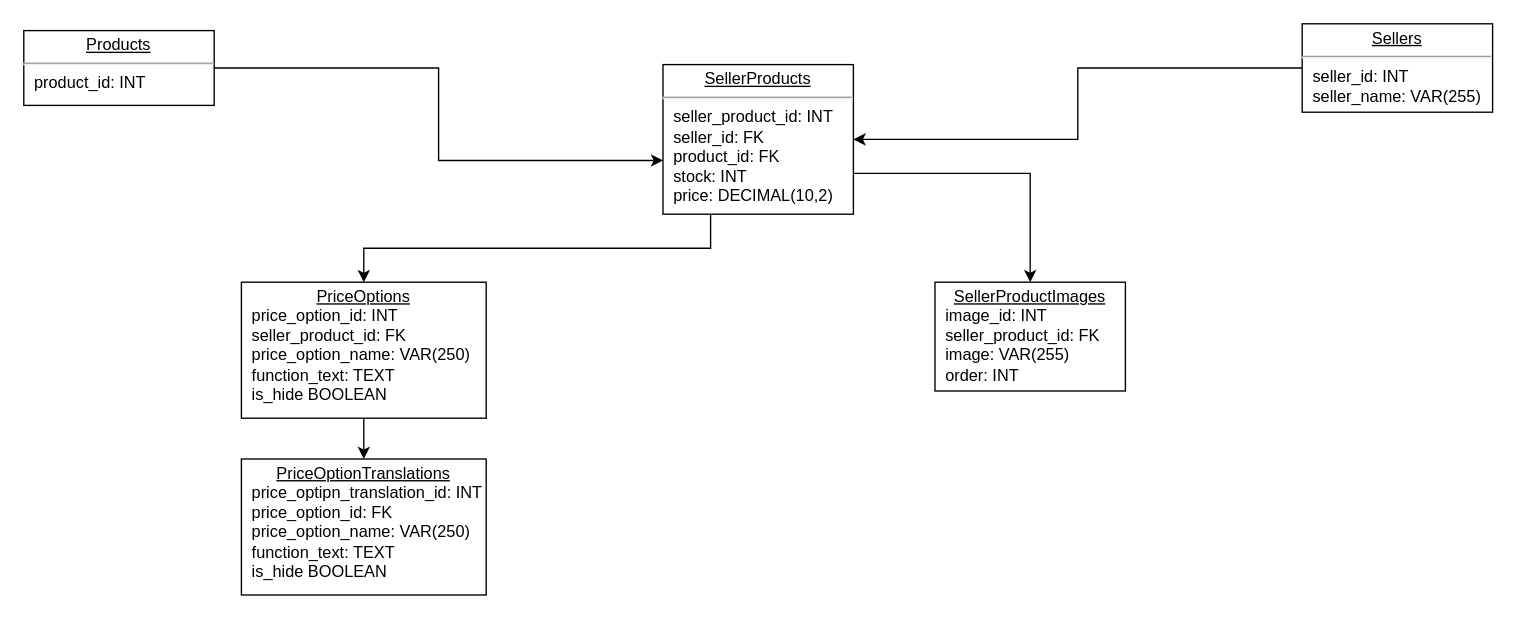
This is Диаграмма без названия.drawio from vinter-man/db_draw_io, a draw.io file, before an edit. Source tidied: cells renumbered, new cells numbered last; positions are measured from the earlier drawing's top-left corner, leaving out a move shared by most shapes. Both pictures are drawn from the tidied source at 136%, with x=0, y=0 at pixel (23, 23).
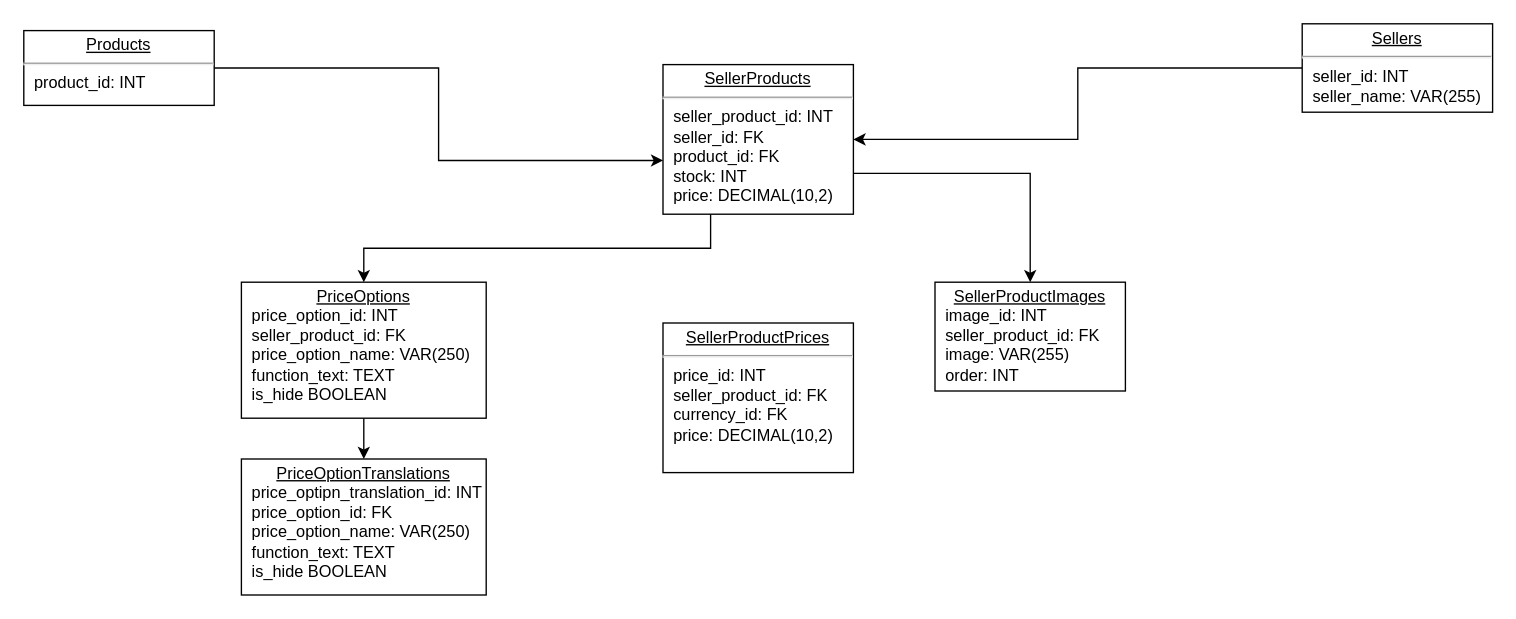
The same page after the edit.

Commit message:
sellerproductprice table add

Change to the diagram source:
```diff
@@
 <mxGraphModel>
   <root>
     <mxCell id="0" />
     <mxCell id="1" parent="0" />
     <mxCell id="2" value="&lt;p style=&quot;margin: 0px ; margin-top: 4px ; text-align: center ; text-decoration: underline&quot;&gt;Products&lt;/p&gt;&lt;hr&gt;&lt;p style=&quot;margin: 0px ; margin-left: 8px&quot;&gt;product_id: INT&lt;/p&gt;&lt;p style=&quot;margin: 0px ; margin-left: 8px&quot;&gt;&lt;br&gt;&lt;/p&gt;" style="verticalAlign=top;align=left;overflow=fill;fontSize=12;fontFamily=Helvetica;html=1;rounded=0;shadow=0;comic=0;labelBackgroundColor=none;strokeWidth=1;" parent="1" vertex="1">
       <mxGeometry y="5" width="140" height="55" as="geometry" />
     </mxCell>
     <mxCell id="3" style="edgeStyle=orthogonalEdgeStyle;rounded=0;jettySize=auto;html=1;exitX=0;exitY=0.5;exitDx=0;exitDy=0;entryX=1;entryY=0.5;entryDx=0;entryDy=0;" parent="1" edge="1" source="4" target="7">
       <mxGeometry relative="1" as="geometry" />
     </mxCell>
     <mxCell id="4" value="&lt;p style=&quot;margin: 0px ; margin-top: 4px ; text-align: center ; text-decoration: underline&quot;&gt;Sellers&lt;/p&gt;&lt;hr&gt;&lt;p style=&quot;margin: 0px ; margin-left: 8px&quot;&gt;seller_id: INT&lt;/p&gt;&lt;p style=&quot;margin: 0px ; margin-left: 8px&quot;&gt;seller_name: VAR(255)&lt;/p&gt;&lt;p style=&quot;margin: 0px ; margin-left: 8px&quot;&gt;&lt;br&gt;&lt;/p&gt;" style="verticalAlign=top;align=left;overflow=fill;fontSize=12;fontFamily=Helvetica;html=1;rounded=0;shadow=0;comic=0;labelBackgroundColor=none;strokeWidth=1;" parent="1" vertex="1">
       <mxGeometry x="940" width="140" height="65" as="geometry" />
     </mxCell>
     <mxCell id="5" style="edgeStyle=orthogonalEdgeStyle;rounded=0;jettySize=auto;html=1;" parent="1" edge="1" source="7" target="8">
       <mxGeometry relative="1" as="geometry">
         <Array as="points">
           <mxPoint x="740" y="110" />
         </Array>
       </mxGeometry>
     </mxCell>
     <mxCell id="6" style="edgeStyle=orthogonalEdgeStyle;rounded=0;jettySize=auto;html=1;exitX=0.25;exitY=1;exitDx=0;exitDy=0;" parent="1" edge="1" source="7" target="10">
       <mxGeometry relative="1" as="geometry" />
     </mxCell>
     <mxCell id="7" value="&lt;p style=&quot;margin: 0px ; margin-top: 4px ; text-align: center ; text-decoration: underline&quot;&gt;SellerProducts&lt;/p&gt;&lt;hr&gt;&lt;p style=&quot;margin: 0px ; margin-left: 8px&quot;&gt;seller_product_id: INT&lt;/p&gt;&lt;p style=&quot;margin: 0px ; margin-left: 8px&quot;&gt;seller_id: FK&lt;/p&gt;&lt;p style=&quot;margin: 0px ; margin-left: 8px&quot;&gt;product_id: FK&lt;/p&gt;&lt;p style=&quot;margin: 0px ; margin-left: 8px&quot;&gt;stock: INT&lt;br&gt;&lt;/p&gt;&lt;p style=&quot;margin: 0px ; margin-left: 8px&quot;&gt;price: DECIMAL(10,2)&lt;br&gt;&lt;/p&gt;&lt;p style=&quot;margin: 0px ; margin-left: 8px&quot;&gt;&lt;br&gt;&lt;/p&gt;" style="verticalAlign=top;align=left;overflow=fill;fontSize=12;fontFamily=Helvetica;html=1;rounded=0;shadow=0;comic=0;labelBackgroundColor=none;strokeWidth=1;" parent="1" vertex="1">
       <mxGeometry x="470" y="30" width="140" height="110" as="geometry" />
     </mxCell>
     <mxCell id="8" value="&lt;p style=&quot;margin: 0px ; margin-top: 4px ; text-align: center ; text-decoration: underline&quot;&gt;SellerProductImages&lt;/p&gt;&lt;p style=&quot;margin: 0px ; margin-left: 8px&quot;&gt;image_id: INT&lt;/p&gt;&lt;p style=&quot;margin: 0px ; margin-left: 8px&quot;&gt;seller_product_id: FK&lt;/p&gt;&lt;p style=&quot;margin: 0px ; margin-left: 8px&quot;&gt;image: VAR(255)&lt;/p&gt;&lt;p style=&quot;margin: 0px ; margin-left: 8px&quot;&gt;order: INT&lt;br&gt;&lt;/p&gt;&lt;p style=&quot;margin: 0px ; margin-left: 8px&quot;&gt;&lt;br&gt;&lt;/p&gt;" style="verticalAlign=top;align=left;overflow=fill;fontSize=12;fontFamily=Helvetica;html=1;rounded=0;shadow=0;comic=0;labelBackgroundColor=none;strokeWidth=1;" parent="1" vertex="1">
       <mxGeometry x="670" y="190" width="140" height="80" as="geometry" />
     </mxCell>
     <mxCell id="9" style="edgeStyle=orthogonalEdgeStyle;rounded=0;jettySize=auto;html=1;" parent="1" edge="1" source="10" target="11">
       <mxGeometry relative="1" as="geometry" />
     </mxCell>
     <mxCell id="10" value="&lt;p style=&quot;margin: 0px ; margin-top: 4px ; text-align: center ; text-decoration: underline&quot;&gt;PriceOptions&lt;/p&gt;&lt;p style=&quot;margin: 0px ; margin-left: 8px&quot;&gt;price_option_id: INT&lt;/p&gt;&lt;p style=&quot;margin: 0px ; margin-left: 8px&quot;&gt;seller_product_id: FK&lt;/p&gt;&lt;p style=&quot;margin: 0px ; margin-left: 8px&quot;&gt;price_option_name: VAR(250)&lt;/p&gt;&lt;p style=&quot;margin: 0px ; margin-left: 8px&quot;&gt;function_text: TEXT&lt;br&gt;&lt;/p&gt;&lt;p style=&quot;margin: 0px ; margin-left: 8px&quot;&gt;is_hide BOOLEAN&lt;br&gt;&lt;/p&gt;&lt;p style=&quot;margin: 0px ; margin-left: 8px&quot;&gt;&lt;span style=&quot;font-family: &amp;quot;Helvetica Neue&amp;quot;; font-size: 13px;&quot;&gt;&amp;nbsp;&lt;/span&gt;&lt;/p&gt;&lt;p style=&quot;margin: 0px ; margin-left: 8px&quot;&gt;&lt;br&gt;&lt;/p&gt;&lt;p style=&quot;margin: 0px ; margin-left: 8px&quot;&gt;&lt;br&gt;&lt;/p&gt;" style="verticalAlign=top;align=left;overflow=fill;fontSize=12;fontFamily=Helvetica;html=1;rounded=0;shadow=0;comic=0;labelBackgroundColor=none;strokeWidth=1;" parent="1" vertex="1">
       <mxGeometry x="160" y="190" width="180" height="100" as="geometry" />
     </mxCell>
     <mxCell id="11" value="&lt;p style=&quot;margin: 0px ; margin-top: 4px ; text-align: center ; text-decoration: underline&quot;&gt;PriceOptionTranslations&lt;/p&gt;&lt;p style=&quot;margin: 0px ; margin-left: 8px&quot;&gt;price_optipn_translation_id: INT&lt;/p&gt;&lt;p style=&quot;margin: 0px ; margin-left: 8px&quot;&gt;price_option_id: FK&lt;/p&gt;&lt;p style=&quot;margin: 0px ; margin-left: 8px&quot;&gt;price_option_name: VAR(250)&lt;/p&gt;&lt;p style=&quot;margin: 0px ; margin-left: 8px&quot;&gt;function_text: TEXT&lt;br&gt;&lt;/p&gt;&lt;p style=&quot;margin: 0px ; margin-left: 8px&quot;&gt;is_hide BOOLEAN&lt;br&gt;&lt;/p&gt;&lt;p style=&quot;margin: 0px ; margin-left: 8px&quot;&gt;&lt;span style=&quot;font-family: &amp;quot;Helvetica Neue&amp;quot;; font-size: 13px;&quot;&gt;&amp;nbsp;&lt;/span&gt;&lt;/p&gt;&lt;p style=&quot;margin: 0px ; margin-left: 8px&quot;&gt;&lt;br&gt;&lt;/p&gt;&lt;p style=&quot;margin: 0px ; margin-left: 8px&quot;&gt;&lt;br&gt;&lt;/p&gt;" style="verticalAlign=top;align=left;overflow=fill;fontSize=12;fontFamily=Helvetica;html=1;rounded=0;shadow=0;comic=0;labelBackgroundColor=none;strokeWidth=1;" parent="1" vertex="1">
       <mxGeometry x="160" y="320" width="180" height="100" as="geometry" />
     </mxCell>
     <mxCell id="12" style="edgeStyle=orthogonalEdgeStyle;rounded=0;jettySize=auto;html=1;exitX=1;exitY=0.5;exitDx=0;exitDy=0;entryX=0.001;entryY=0.641;entryDx=0;entryDy=0;entryPerimeter=0;" parent="1" edge="1" source="2" target="7">
       <mxGeometry relative="1" as="geometry" />
     </mxCell>
+    <mxCell id="13" value="&lt;p style=&quot;margin: 0px ; margin-top: 4px ; text-align: center ; text-decoration: underline&quot;&gt;SellerProductPrices&lt;/p&gt;&lt;hr&gt;&lt;p style=&quot;margin: 0px ; margin-left: 8px&quot;&gt;price_id: INT&lt;/p&gt;&lt;p style=&quot;margin: 0px ; margin-left: 8px&quot;&gt;seller_product_id: FK&lt;/p&gt;&lt;p style=&quot;margin: 0px ; margin-left: 8px&quot;&gt;currency_id: FK&lt;/p&gt;&lt;p style=&quot;margin: 0px ; margin-left: 8px&quot;&gt;price: DECIMAL(10,2)&lt;br&gt;&lt;/p&gt;&lt;p style=&quot;margin: 0px ; margin-left: 8px&quot;&gt;&lt;br&gt;&lt;/p&gt;" style="verticalAlign=top;align=left;overflow=fill;fontSize=12;fontFamily=Helvetica;html=1;rounded=0;shadow=0;comic=0;labelBackgroundColor=none;strokeWidth=1;" parent="1" vertex="1">
+      <mxGeometry x="470" y="220" width="140" height="110" as="geometry" />
+    </mxCell>
   </root>
 </mxGraphModel>
```
